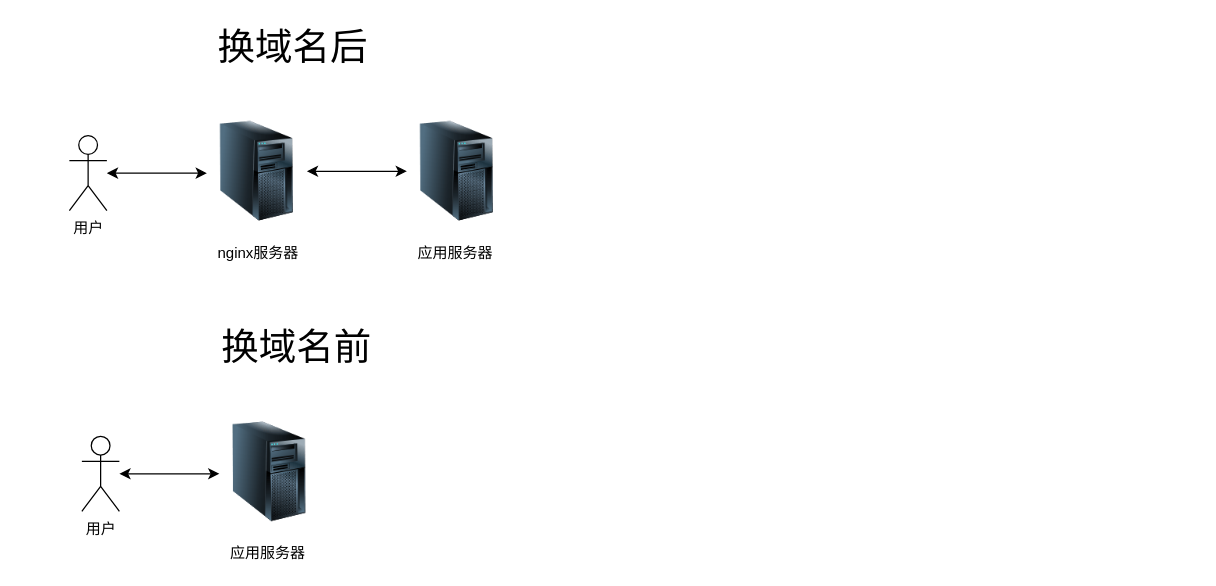
The draw.io diagram 未命名表单.drawio in wilburli/draw, before the edit. Source tidied: cells renumbered, new cells numbered last; positions are measured from the earlier drawing's top-left corner, leaving out a move shared by most shapes. Both pictures are drawn from the tidied source at 125%, with x=0, y=0 at pixel (69, 21). Pictures stored in the file or linked from it are replaced by grey dashed boxes.
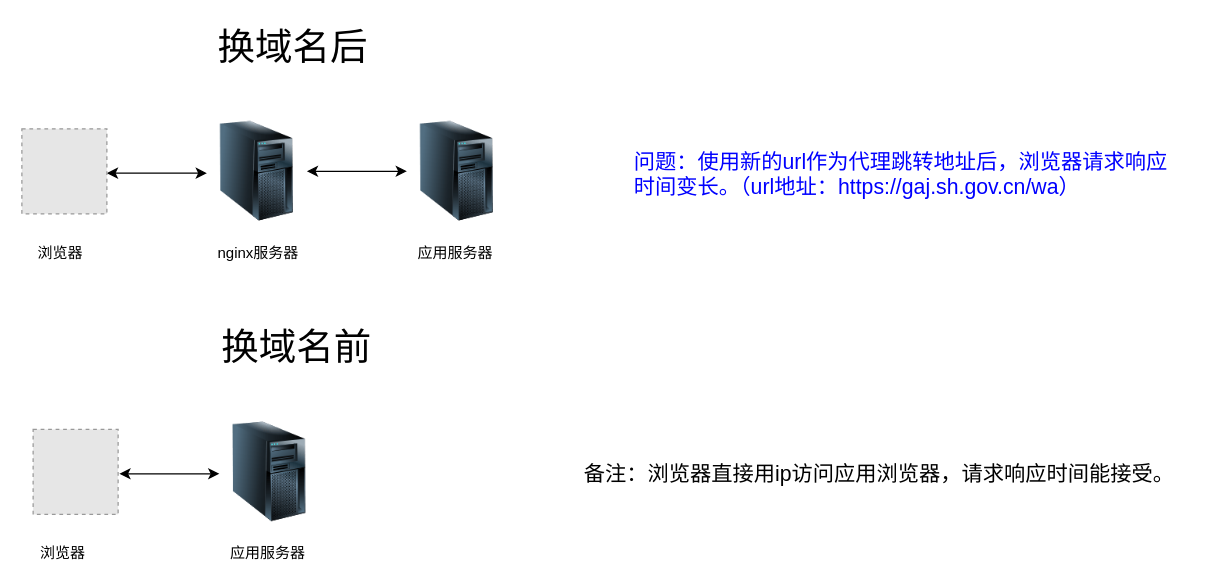
Above is the later version.

The edit, as a diff of the source:
```diff
@@
-    <mxCell id="2" style="edgeStyle=orthogonalEdgeStyle;rounded=0;jettySize=auto;html=1;startArrow=classic;startFill=1;" parent="1" edge="1" source="3">
+    <mxCell id="2" style="edgeStyle=orthogonalEdgeStyle;rounded=0;orthogonalLoop=1;jettySize=auto;html=1;startArrow=classic;startFill=1;" parent="1" edge="1">
       <mxGeometry relative="1" as="geometry">
+        <mxPoint x="30" y="121" as="sourcePoint" />
         <mxPoint x="110" y="121" as="targetPoint" />
       </mxGeometry>
     </mxCell>
-    <mxCell id="3" value="用户" style="shape=umlActor;verticalLabelPosition=bottom;labelBackgroundColor=#ffffff;verticalAlign=top;html=1;outlineConnect=0;" parent="1" vertex="1">
-      <mxGeometry y="91" width="30" height="60" as="geometry" />
-    </mxCell>
@@
-    <mxCell id="9" style="edgeStyle=orthogonalEdgeStyle;rounded=0;jettySize=auto;html=1;startArrow=classic;startFill=1;" parent="1" edge="1" source="10">
+    <mxCell id="9" style="edgeStyle=orthogonalEdgeStyle;rounded=0;orthogonalLoop=1;jettySize=auto;html=1;startArrow=classic;startFill=1;" parent="1" edge="1">
       <mxGeometry relative="1" as="geometry">
+        <mxPoint x="40" y="361.5" as="sourcePoint" />
         <mxPoint x="120" y="361.5" as="targetPoint" />
       </mxGeometry>
     </mxCell>
-    <mxCell id="10" value="用户" style="shape=umlActor;verticalLabelPosition=bottom;labelBackgroundColor=#ffffff;verticalAlign=top;html=1;outlineConnect=0;" parent="1" vertex="1">
-      <mxGeometry x="10" y="331.5" width="30" height="60" as="geometry" />
-    </mxCell>
@@
+    <mxCell id="15" style="fillColor=#E6E6E6;strokeColor=#999999;dashed=1;html=1;verticalAlign=top;verticalLabelPosition=bottom;labelBackgroundColor=#ffffff;fontSize=30;" parent="1" vertex="1">
+      <mxGeometry x="-38" y="85.5" width="68" height="68" as="geometry" />
+    </mxCell>
+    <mxCell id="16" style="fillColor=#E6E6E6;strokeColor=#999999;dashed=1;html=1;verticalAlign=top;verticalLabelPosition=bottom;labelBackgroundColor=#ffffff;fontSize=30;" parent="1" vertex="1">
+      <mxGeometry x="-29" y="326" width="68" height="68" as="geometry" />
+    </mxCell>
+    <mxCell id="17" value="浏览器" style="text;html=1;align=left;verticalAlign=top;spacingTop=-4;" parent="1" vertex="1">
+      <mxGeometry x="-27" y="174.5" width="50" height="20" as="geometry" />
+    </mxCell>
+    <mxCell id="18" value="浏览器" style="text;html=1;align=left;verticalAlign=top;spacingTop=-4;" parent="1" vertex="1">
+      <mxGeometry x="-25" y="415" width="50" height="20" as="geometry" />
+    </mxCell>
+    <mxCell id="19" value="问题：使用新的url作为代理跳转地址后，浏览器请求响应&lt;br style=&quot;font-size: 17px&quot;&gt;时间变长。（url地址：https://gaj.sh.gov.cn/wa）" style="text;html=1;align=left;verticalAlign=top;spacingTop=-4;fontSize=17;fontColor=#0000FF;" parent="1" vertex="1">
+      <mxGeometry x="450" y="99.5" width="440" height="40" as="geometry" />
+    </mxCell>
+    <mxCell id="20" value="备注：浏览器直接用ip访问应用浏览器，请求响应时间能接受。" style="text;html=1;align=left;verticalAlign=top;spacingTop=-4;fontSize=17;" parent="1" vertex="1">
+      <mxGeometry x="410" y="350" width="490" height="20" as="geometry" />
+    </mxCell>
```
